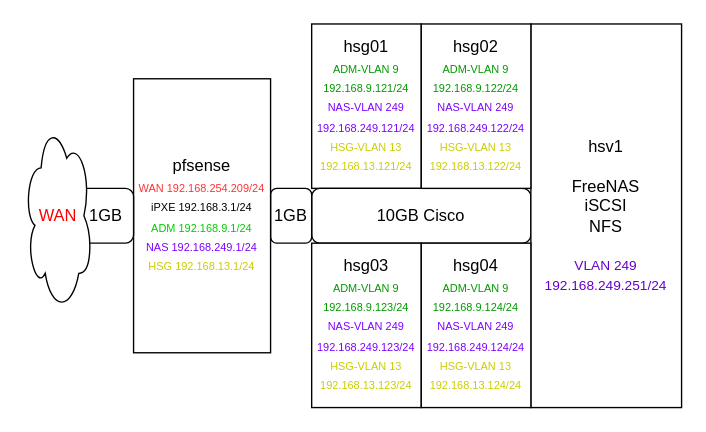
The draw.io diagram page "CPU-SDN" (3 of 3) of docs/hsgrid/hsgrid-overview.drawio in 2cld/hs-platform, before the edit. Source tidied: cells renumbered, new cells numbered last; positions are measured from the earlier drawing's top-left corner, leaving out a move shared by most shapes. Both pictures are drawn from the tidied source at 137%, with x=0, y=0 at pixel (23, 23).
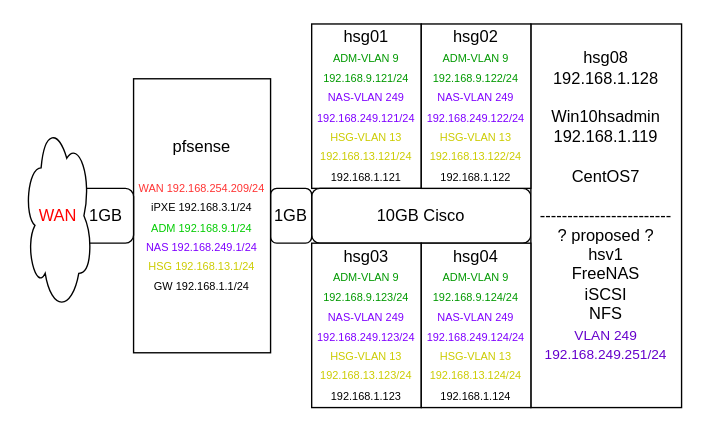
The same page after the edit.

The edit, as a diff of the source:
```diff
@@
 <mxGraphModel>
   <root>
     <mxCell id="0" />
     <mxCell id="1" parent="0" />
-    <mxCell id="2" value="hsg01&lt;br&gt;&lt;font style=&quot;font-size: 8px&quot;&gt;&lt;font color=&quot;#009900&quot;&gt;ADM-VLAN 9&lt;br&gt;192.168.9.121/24&lt;/font&gt;&lt;br&gt;&lt;font color=&quot;#7f00ff&quot;&gt;NAS-VLAN 249&lt;br&gt;192.168.249.121/24&lt;/font&gt;&lt;br&gt;&lt;font color=&quot;#cccc00&quot;&gt;HSG-VLAN 13&lt;br&gt;192.168.13.121/24&lt;/font&gt;&lt;br&gt;&lt;/font&gt;" style="rounded=0;whiteSpace=wrap;html=1;" parent="1" vertex="1">
+    <mxCell id="2" value="hsg01&lt;br&gt;&lt;font style=&quot;font-size: 8px&quot;&gt;&lt;font color=&quot;#009900&quot;&gt;ADM-VLAN 9&lt;br&gt;192.168.9.121/24&lt;/font&gt;&lt;br&gt;&lt;font color=&quot;#7f00ff&quot;&gt;NAS-VLAN 249&lt;br&gt;192.168.249.121/24&lt;/font&gt;&lt;br&gt;&lt;font color=&quot;#cccc00&quot;&gt;HSG-VLAN 13&lt;br&gt;192.168.13.121/24&lt;br&gt;&lt;/font&gt;192.168.1.121&lt;br&gt;&lt;/font&gt;" style="rounded=0;whiteSpace=wrap;html=1;" parent="1" vertex="1">
       <mxGeometry x="210" width="80" height="120" as="geometry" />
     </mxCell>
     <mxCell id="3" value="10GB Cisco" style="rounded=1;whiteSpace=wrap;html=1;" parent="1" vertex="1">
       <mxGeometry x="210" y="120" width="160" height="40" as="geometry" />
     </mxCell>
-    <mxCell id="4" value="hsv1&lt;br&gt;&lt;br&gt;FreeNAS&lt;br&gt;iSCSI&lt;br&gt;NFS&lt;br&gt;&lt;br&gt;&lt;font color=&quot;#6600cc&quot;&gt;&lt;font style=&quot;font-size: 10px&quot;&gt;VLAN 249&lt;/font&gt;&lt;br&gt;&lt;font style=&quot;font-size: 10px&quot;&gt;192.168.249.251/24&lt;/font&gt;&lt;/font&gt;" style="rounded=0;whiteSpace=wrap;html=1;" parent="1" vertex="1">
+    <mxCell id="4" value="hsg08&lt;br&gt;192.168.1.128&lt;br&gt;&lt;br&gt;Win10hsadmin&lt;br&gt;192.168.1.119&lt;br&gt;&lt;br&gt;CentOS7&lt;br&gt;&lt;br&gt;------------------------&lt;br&gt;? proposed ?&lt;br&gt;hsv1&lt;br&gt;FreeNAS&lt;br&gt;iSCSI&lt;br&gt;NFS&lt;br&gt;&lt;font color=&quot;#6600cc&quot;&gt;&lt;font style=&quot;font-size: 10px&quot;&gt;VLAN 249&lt;/font&gt;&lt;br&gt;&lt;font style=&quot;font-size: 10px&quot;&gt;192.168.249.251/24&lt;br&gt;&lt;br&gt;&lt;/font&gt;&lt;/font&gt;" style="rounded=0;whiteSpace=wrap;html=1;" parent="1" vertex="1">
       <mxGeometry x="370" width="110" height="280" as="geometry" />
     </mxCell>
     <mxCell id="5" value="1GB" style="rounded=1;whiteSpace=wrap;html=1;" parent="1" vertex="1">
       <mxGeometry x="180" y="120" width="30" height="40" as="geometry" />
     </mxCell>
-    <mxCell id="6" value="pfsense&lt;br&gt;&lt;font style=&quot;font-size: 8px&quot;&gt;&lt;font color=&quot;#ff3333&quot;&gt;WAN 192.168.254.209/24&lt;/font&gt;&lt;br&gt;iPXE 192.168.3.1/24&lt;br&gt;&lt;font color=&quot;#00cc00&quot;&gt;ADM 192.168.9.1/24&lt;/font&gt;&lt;br&gt;&lt;font color=&quot;#7f00ff&quot;&gt;NAS 192.168.249.1/24&lt;br&gt;&lt;/font&gt;&lt;font color=&quot;#cccc00&quot;&gt;HSG 192.168.13.1/24&lt;/font&gt;&lt;br&gt;&lt;/font&gt;" style="rounded=0;whiteSpace=wrap;html=1;" parent="1" vertex="1">
+    <mxCell id="6" value="pfsense&lt;br&gt;&lt;br&gt;&lt;font style=&quot;font-size: 8px&quot;&gt;&lt;font color=&quot;#ff3333&quot;&gt;WAN 192.168.254.209/24&lt;/font&gt;&lt;br&gt;iPXE 192.168.3.1/24&lt;br&gt;&lt;font color=&quot;#00cc00&quot;&gt;ADM 192.168.9.1/24&lt;/font&gt;&lt;br&gt;&lt;font color=&quot;#7f00ff&quot;&gt;NAS 192.168.249.1/24&lt;br&gt;&lt;/font&gt;&lt;font color=&quot;#cccc00&quot;&gt;HSG 192.168.13.1/24&lt;br&gt;&lt;/font&gt;GW 192.168.1.1/24&lt;br&gt;&lt;/font&gt;" style="rounded=0;whiteSpace=wrap;html=1;" parent="1" vertex="1">
       <mxGeometry x="80" y="40" width="100" height="200" as="geometry" />
     </mxCell>
     <mxCell id="7" value="1GB" style="rounded=1;whiteSpace=wrap;html=1;" parent="1" vertex="1">
       <mxGeometry x="40" y="120" width="40" height="40" as="geometry" />
     </mxCell>
     <mxCell id="8" value="&lt;font color=&quot;#ff0000&quot;&gt;WAN&lt;/font&gt;" style="ellipse;shape=cloud;whiteSpace=wrap;html=1;" parent="1" vertex="1">
       <mxGeometry y="70" width="50" height="140" as="geometry" />
     </mxCell>
-    <mxCell id="9" value="hsg02&lt;br&gt;&lt;font style=&quot;font-size: 8px&quot;&gt;&lt;font color=&quot;#009900&quot;&gt;ADM-VLAN 9&lt;br&gt;192.168.9.122/24&lt;/font&gt;&lt;br&gt;&lt;font color=&quot;#7f00ff&quot;&gt;NAS-VLAN 249&lt;br&gt;192.168.249.122/24&lt;/font&gt;&lt;br&gt;&lt;font color=&quot;#cccc00&quot;&gt;HSG-VLAN 13&lt;br&gt;192.168.13.122/24&lt;/font&gt;&lt;br&gt;&lt;/font&gt;" style="rounded=0;whiteSpace=wrap;html=1;" parent="1" vertex="1">
+    <mxCell id="9" value="hsg02&lt;br&gt;&lt;font style=&quot;font-size: 8px&quot;&gt;&lt;font color=&quot;#009900&quot;&gt;ADM-VLAN 9&lt;br&gt;192.168.9.122/24&lt;/font&gt;&lt;br&gt;&lt;font color=&quot;#7f00ff&quot;&gt;NAS-VLAN 249&lt;br&gt;192.168.249.122/24&lt;/font&gt;&lt;br&gt;&lt;font color=&quot;#cccc00&quot;&gt;HSG-VLAN 13&lt;br&gt;192.168.13.122/24&lt;br&gt;&lt;/font&gt;192.168.1.122&lt;br&gt;&lt;/font&gt;" style="rounded=0;whiteSpace=wrap;html=1;" parent="1" vertex="1">
       <mxGeometry x="290" width="80" height="120" as="geometry" />
     </mxCell>
-    <mxCell id="10" value="hsg03&lt;br&gt;&lt;font style=&quot;font-size: 8px&quot;&gt;&lt;font color=&quot;#009900&quot;&gt;ADM-VLAN 9&lt;br&gt;192.168.9.123/24&lt;/font&gt;&lt;br&gt;&lt;font color=&quot;#7f00ff&quot;&gt;NAS-VLAN 249&lt;br&gt;192.168.249.123/24&lt;/font&gt;&lt;br&gt;&lt;font color=&quot;#cccc00&quot;&gt;HSG-VLAN 13&lt;br&gt;192.168.13.123/24&lt;/font&gt;&lt;br&gt;&lt;/font&gt;" style="rounded=0;whiteSpace=wrap;html=1;" parent="1" vertex="1">
+    <mxCell id="10" value="hsg03&lt;br&gt;&lt;font style=&quot;font-size: 8px&quot;&gt;&lt;font color=&quot;#009900&quot;&gt;ADM-VLAN 9&lt;br&gt;192.168.9.123/24&lt;/font&gt;&lt;br&gt;&lt;font color=&quot;#7f00ff&quot;&gt;NAS-VLAN 249&lt;br&gt;192.168.249.123/24&lt;/font&gt;&lt;br&gt;&lt;font color=&quot;#cccc00&quot;&gt;HSG-VLAN 13&lt;br&gt;192.168.13.123/24&lt;br&gt;&lt;/font&gt;192.168.1.123&lt;br&gt;&lt;/font&gt;" style="rounded=0;whiteSpace=wrap;html=1;" parent="1" vertex="1">
       <mxGeometry x="210" y="160" width="80" height="120" as="geometry" />
     </mxCell>
-    <mxCell id="11" value="hsg04&lt;br&gt;&lt;font style=&quot;font-size: 8px&quot;&gt;&lt;font color=&quot;#009900&quot;&gt;ADM-VLAN 9&lt;br&gt;192.168.9.124/24&lt;/font&gt;&lt;br&gt;&lt;font color=&quot;#7f00ff&quot;&gt;NAS-VLAN 249&lt;br&gt;192.168.249.124/24&lt;/font&gt;&lt;br&gt;&lt;font color=&quot;#cccc00&quot;&gt;HSG-VLAN 13&lt;br&gt;192.168.13.124/24&lt;/font&gt;&lt;br&gt;&lt;/font&gt;" style="rounded=0;whiteSpace=wrap;html=1;" parent="1" vertex="1">
+    <mxCell id="11" value="hsg04&lt;br&gt;&lt;font style=&quot;font-size: 8px&quot;&gt;&lt;font color=&quot;#009900&quot;&gt;ADM-VLAN 9&lt;br&gt;192.168.9.124/24&lt;/font&gt;&lt;br&gt;&lt;font color=&quot;#7f00ff&quot;&gt;NAS-VLAN 249&lt;br&gt;192.168.249.124/24&lt;/font&gt;&lt;br&gt;&lt;font color=&quot;#cccc00&quot;&gt;HSG-VLAN 13&lt;br&gt;192.168.13.124/24&lt;br&gt;&lt;/font&gt;192.168.1.124&lt;br&gt;&lt;/font&gt;" style="rounded=0;whiteSpace=wrap;html=1;" parent="1" vertex="1">
       <mxGeometry x="290" y="160" width="80" height="120" as="geometry" />
     </mxCell>
   </root>
 </mxGraphModel>
```
